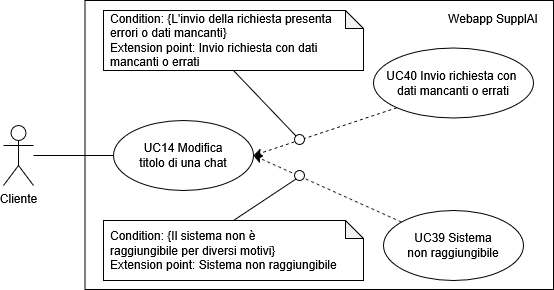
CodeHex16/documentazione keeps this draw.io diagram as 2 - RTB/imgs/modifica-titolo-chat.png. Above is the earlier version. Source tidied: cells renumbered, new cells last; positions are measured from the earlier drawing's top-left corner, leaving out a move shared by most shapes.
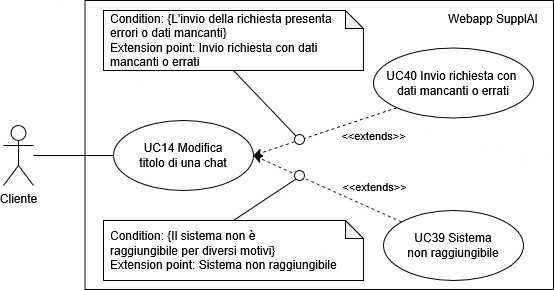
After the change.

Diff of the diagram source:
```diff
@@ -14,38 +14,48 @@
     <mxCell id="5" value="&lt;div&gt;UC14 Modifica&lt;/div&gt;&lt;div&gt;titolo di una chat&lt;/div&gt;" style="ellipse;whiteSpace=wrap;html=1;" parent="1" vertex="1">
       <mxGeometry x="110" y="120" width="140" height="70" as="geometry" />
     </mxCell>
-    <mxCell id="6" style="rounded=0;jettySize=auto;html=1;entryX=1;entryY=0.5;entryDx=0;entryDy=0;dashed=1;" parent="1" edge="1" source="9" target="5">
+    <mxCell id="6" style="rounded=0;jettySize=auto;html=1;entryX=1;entryY=0.5;entryDx=0;entryDy=0;dashed=1;" parent="1" edge="1" source="10" target="5">
       <mxGeometry relative="1" as="geometry" />
     </mxCell>
-    <mxCell id="7" style="rounded=0;jettySize=auto;html=1;endArrow=none;endFill=0;endSize=20;startFill=0;entryX=0;entryY=1;entryDx=0;entryDy=0;exitX=0.5;exitY=0;exitDx=0;exitDy=0;exitPerimeter=0;" parent="1" edge="1" source="10" target="8">
-      <mxGeometry relative="1" as="geometry" />
+    <mxCell id="7" value="&amp;lt;&amp;lt;extends&amp;gt;&amp;gt;" style="edgeLabel;html=1;align=center;verticalAlign=middle;" parent="6" vertex="1">
+      <mxGeometry x="-0.26" y="-4" relative="1" as="geometry">
+        <mxPoint x="25" y="-8" as="offset" />
+      </mxGeometry>
     </mxCell>
-    <mxCell id="8" style="ellipse;whiteSpace=wrap;html=1;" parent="1" vertex="1">
-      <mxGeometry x="291" y="170" width="10" height="10" as="geometry" />
+    <mxCell id="8" style="rounded=0;jettySize=auto;html=1;endArrow=none;endFill=0;endSize=20;startFill=0;entryX=0;entryY=1;entryDx=0;entryDy=0;exitX=0.5;exitY=0;exitDx=0;exitDy=0;exitPerimeter=0;" parent="1" edge="1" source="11" target="9">
+      <mxGeometry relative="1" as="geometry" />
     </mxCell>
-    <mxCell id="9" value="&lt;div&gt;UC39 Sistema&lt;/div&gt;&lt;div&gt;non raggiungibile&lt;/div&gt;" style="ellipse;whiteSpace=wrap;html=1;" parent="1" vertex="1">
-      <mxGeometry x="380" y="210" width="140" height="70" as="geometry" />
+    <mxCell id="9" style="ellipse;whiteSpace=wrap;html=1;" parent="1" vertex="1">
+      <mxGeometry x="291" y="170" width="10" height="10" as="geometry" />
     </mxCell>
-    <mxCell id="10" value="&lt;div align=&quot;left&quot; style=&quot;padding-left: 5px;&quot;&gt;Condition: {Il sistema non è &lt;br&gt;raggiungibile per diversi motivi}&lt;/div&gt;&lt;div align=&quot;left&quot; style=&quot;padding-left: 5px;&quot;&gt;Extension point: Sistema non raggiungibile&lt;/div&gt;" style="shape=note;whiteSpace=wrap;html=1;backgroundOutline=1;darkOpacity=0.05;size=18;align=left;" parent="1" vertex="1">
-      <mxGeometry x="100" y="220" width="260" height="60" as="geometry" />
+    <mxCell id="10" value="&lt;div&gt;UC39 Sistema&lt;/div&gt;&lt;div&gt;non raggiungibile&lt;/div&gt;" style="ellipse;whiteSpace=wrap;html=1;" parent="1" vertex="1">
+      <mxGeometry x="380" y="210" width="140" height="70" as="geometry" />
     </mxCell>
-    <mxCell id="11" value="Webapp SupplAI" style="text;html=1;align=center;verticalAlign=middle;whiteSpace=wrap;rounded=0;" parent="1" vertex="1">
-      <mxGeometry x="430" y="2.5" width="120" height="30" as="geometry" />
+    <mxCell id="11" value="&lt;div align=&quot;left&quot; style=&quot;padding-left: 5px;&quot;&gt;Condition: {Il sistema non è &lt;br&gt;raggiungibile per diversi motivi}&lt;/div&gt;&lt;div align=&quot;left&quot; style=&quot;padding-left: 5px;&quot;&gt;Extension point: Sistema non raggiungibile&lt;/div&gt;" style="shape=note;whiteSpace=wrap;html=1;backgroundOutline=1;darkOpacity=0.05;size=18;align=left;" parent="1" vertex="1">
+      <mxGeometry x="100" y="220" width="260" height="60" as="geometry" />
     </mxCell>
-    <mxCell id="12" style="rounded=0;jettySize=auto;html=1;entryX=1;entryY=0.5;entryDx=0;entryDy=0;dashed=1;exitX=0;exitY=1;exitDx=0;exitDy=0;" parent="1" edge="1" source="13" target="5">
-      <mxGeometry relative="1" as="geometry" />
+    <mxCell id="12" value="Webapp SupplAI" style="text;html=1;align=center;verticalAlign=middle;whiteSpace=wrap;rounded=0;" parent="1" vertex="1">
+      <mxGeometry x="430" y="2.5" width="120" height="30" as="geometry" />
     </mxCell>
-    <mxCell id="13" value="&lt;div&gt;UC40 Invio richiesta con&amp;nbsp;&lt;/div&gt;&lt;div&gt;dati mancanti o errati&lt;/div&gt;" style="ellipse;whiteSpace=wrap;html=1;" parent="1" vertex="1">
-      <mxGeometry x="370" y="47.5" width="160" height="70" as="geometry" />
+    <mxCell id="13" style="rounded=0;jettySize=auto;html=1;entryX=1;entryY=0.5;entryDx=0;entryDy=0;dashed=1;exitX=0;exitY=1;exitDx=0;exitDy=0;" parent="1" edge="1" source="15" target="5">
+      <mxGeometry relative="1" as="geometry" />
     </mxCell>
-    <mxCell id="14" value="&lt;div align=&quot;left&quot; style=&quot;padding-left: 5px;&quot;&gt;Condition: {L'invio della richiesta presenta&amp;nbsp;&lt;/div&gt;&lt;div align=&quot;left&quot; style=&quot;padding-left: 5px;&quot;&gt;errori o dati mancanti}&lt;/div&gt;&lt;div align=&quot;left&quot; style=&quot;padding-left: 5px;&quot;&gt;Extension point: Invio richiesta con dati mancanti o errati&lt;/div&gt;" style="shape=note;whiteSpace=wrap;html=1;backgroundOutline=1;darkOpacity=0.05;size=18;align=left;" parent="1" vertex="1">
-      <mxGeometry x="100" y="10" width="260" height="60" as="geometry" />
+    <mxCell id="14" value="&amp;lt;&amp;lt;extends&amp;gt;&amp;gt;" style="edgeLabel;html=1;align=center;verticalAlign=middle;points=[];" parent="13" vertex="1">
+      <mxGeometry x="-0.16" y="1" relative="1" as="geometry">
+        <mxPoint x="36" y="6" as="offset" />
+      </mxGeometry>
     </mxCell>
-    <mxCell id="15" style="rounded=0;jettySize=auto;html=1;endArrow=none;endFill=0;endSize=20;startFill=0;entryX=0;entryY=0;entryDx=0;entryDy=0;exitX=0.5;exitY=1;exitDx=0;exitDy=0;exitPerimeter=0;" parent="1" edge="1" source="14" target="16">
-      <mxGeometry relative="1" as="geometry" />
+    <mxCell id="15" value="&lt;div&gt;UC40 Invio richiesta con&amp;nbsp;&lt;/div&gt;&lt;div&gt;dati mancanti o errati&lt;/div&gt;" style="ellipse;whiteSpace=wrap;html=1;" parent="1" vertex="1">
+      <mxGeometry x="370" y="47.5" width="160" height="70" as="geometry" />
     </mxCell>
-    <mxCell id="16" style="ellipse;whiteSpace=wrap;html=1;" parent="1" vertex="1">
-      <mxGeometry x="291" y="134" width="10" height="10" as="geometry" />
+    <mxCell id="16" value="&lt;div align=&quot;left&quot; style=&quot;padding-left: 5px;&quot;&gt;Condition: {L'invio della richiesta presenta&amp;nbsp;&lt;/div&gt;&lt;div align=&quot;left&quot; style=&quot;padding-left: 5px;&quot;&gt;errori o dati mancanti}&lt;/div&gt;&lt;div align=&quot;left&quot; style=&quot;padding-left: 5px;&quot;&gt;Extension point: Invio richiesta con dati mancanti o errati&lt;/div&gt;" style="shape=note;whiteSpace=wrap;html=1;backgroundOutline=1;darkOpacity=0.05;size=18;align=left;" parent="1" vertex="1">
+      <mxGeometry x="100" y="10" width="260" height="60" as="geometry" />
     </mxCell>
+    <mxCell id="17" style="rounded=0;jettySize=auto;html=1;endArrow=none;endFill=0;endSize=20;startFill=0;entryX=0;entryY=0;entryDx=0;entryDy=0;exitX=0.5;exitY=1;exitDx=0;exitDy=0;exitPerimeter=0;" parent="1" edge="1" source="16" target="18">
+      <mxGeometry relative="1" as="geometry" />
+    </mxCell>
+    <mxCell id="18" style="ellipse;whiteSpace=wrap;html=1;" parent="1" vertex="1">
+      <mxGeometry x="291" y="134" width="10" height="10" as="geometry" />
+    </mxCell>
   </root>
 </mxGraphModel>
```
